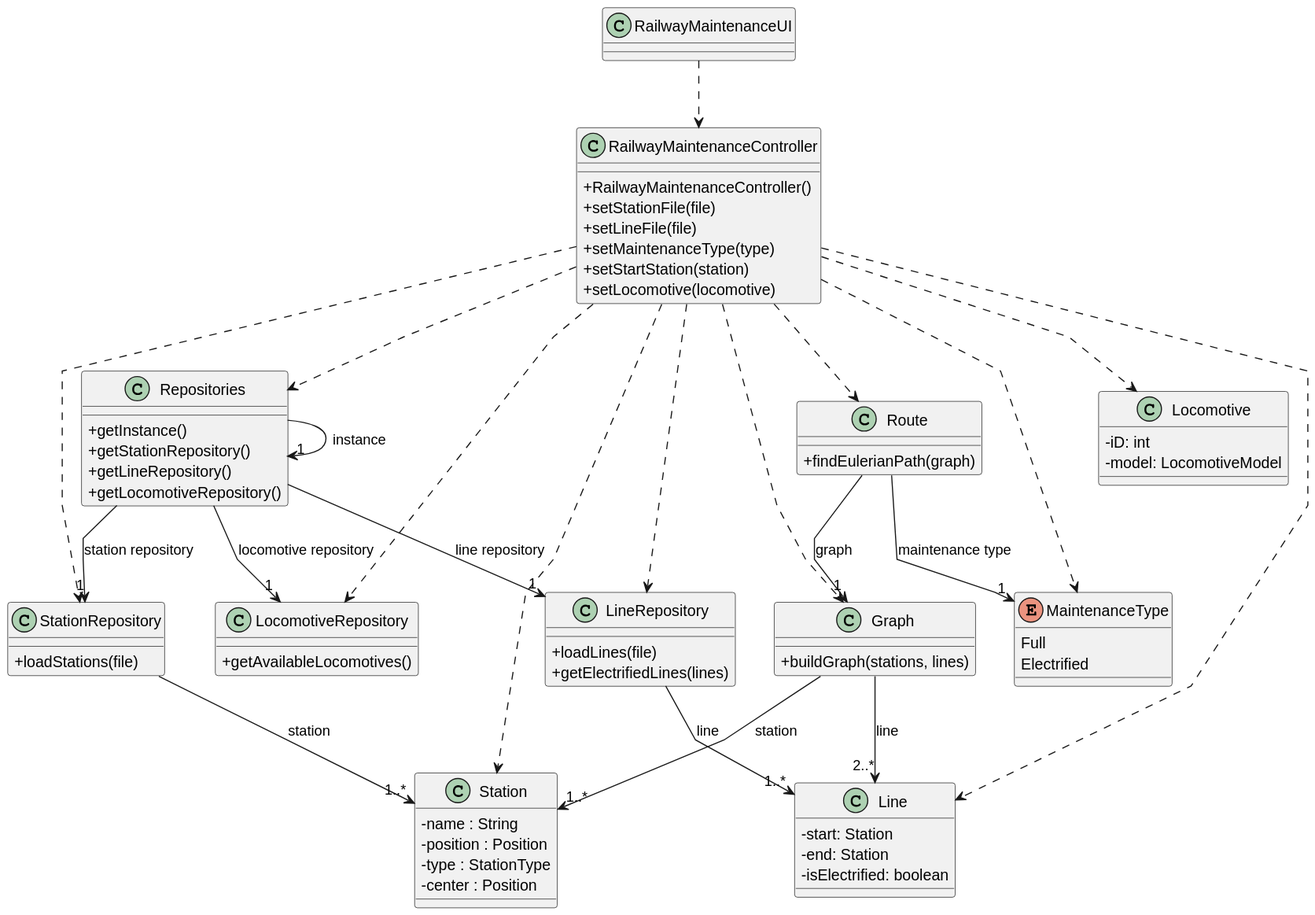
Earlier version of the PlantUML export Sprint2/US014/03.design/svg/US014-CD.svg (1240935/pi2-railway-simulator).
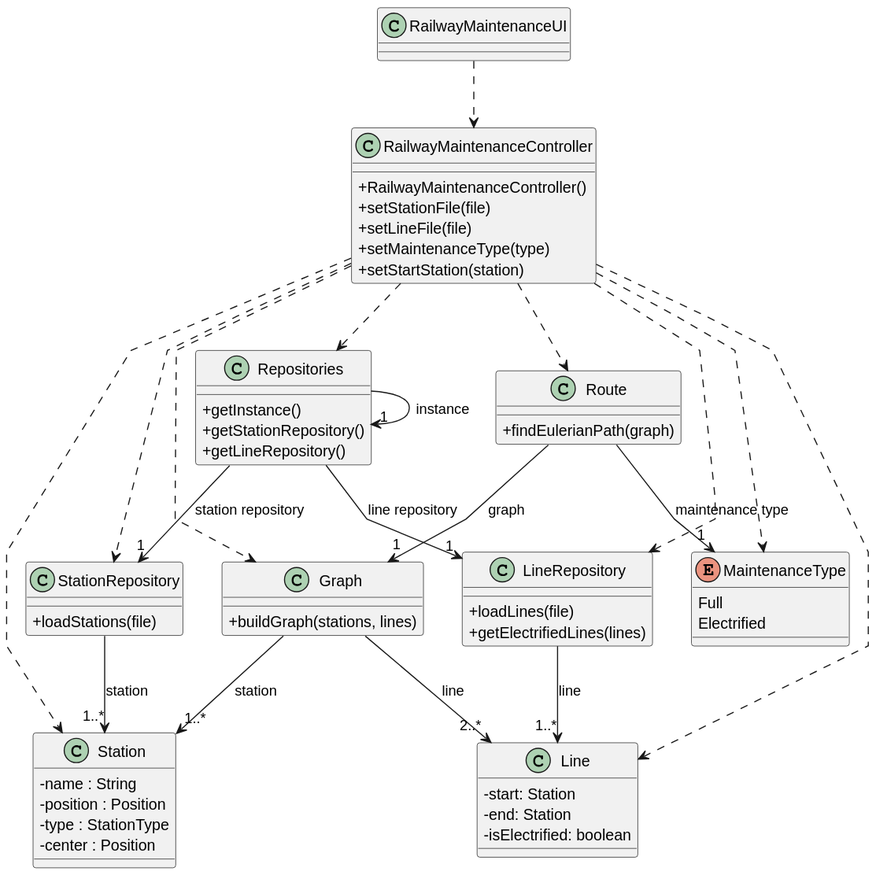
After the change.

The edit, as a diff of the source:
```diff
@@ -16,14 +16,12 @@
   +setLineFile(file)
   +setMaintenanceType(type)
   +setStartStation(station)
-  +setLocomotive(locomotive)
 }
 
 class Repositories {
   +getInstance()
   +getStationRepository()
   +getLineRepository()
-  +getLocomotiveRepository()
 }
 
 class StationRepository {
@@ -33,10 +31,6 @@
 class LineRepository {
   +loadLines(file)
   +getElectrifiedLines(lines)
-}
-
-class LocomotiveRepository {
-  +getAvailableLocomotives()
 }
 
 class Graph {
@@ -60,11 +54,6 @@
   -isElectrified: boolean
 }
 
-class Locomotive {
-    -iD: int
-    -model: LocomotiveModel
-}
-
 enum MaintenanceType {
   Full
   Electrified
@@ -73,19 +62,16 @@
 RailwayMaintenanceUI ..> RailwayMaintenanceController
 RailwayMaintenanceController ..> StationRepository
 RailwayMaintenanceController ..> LineRepository
-RailwayMaintenanceController ..> LocomotiveRepository
 RailwayMaintenanceController ..> Graph
 RailwayMaintenanceController ..> Route
 RailwayMaintenanceController ..> MaintenanceType
 RailwayMaintenanceController ..> Repositories
 RailwayMaintenanceController ..> Station
 RailwayMaintenanceController ..> Line
-RailwayMaintenanceController ..> Locomotive
 
 Repositories -> "1" Repositories : instance
 Repositories --> "1" StationRepository : station repository
 Repositories --> "1" LineRepository : line repository
-Repositories --> "1" LocomotiveRepository : locomotive repository
 
 StationRepository --> "1..*" Station : station
 LineRepository --> "1..*" Line : line
```
